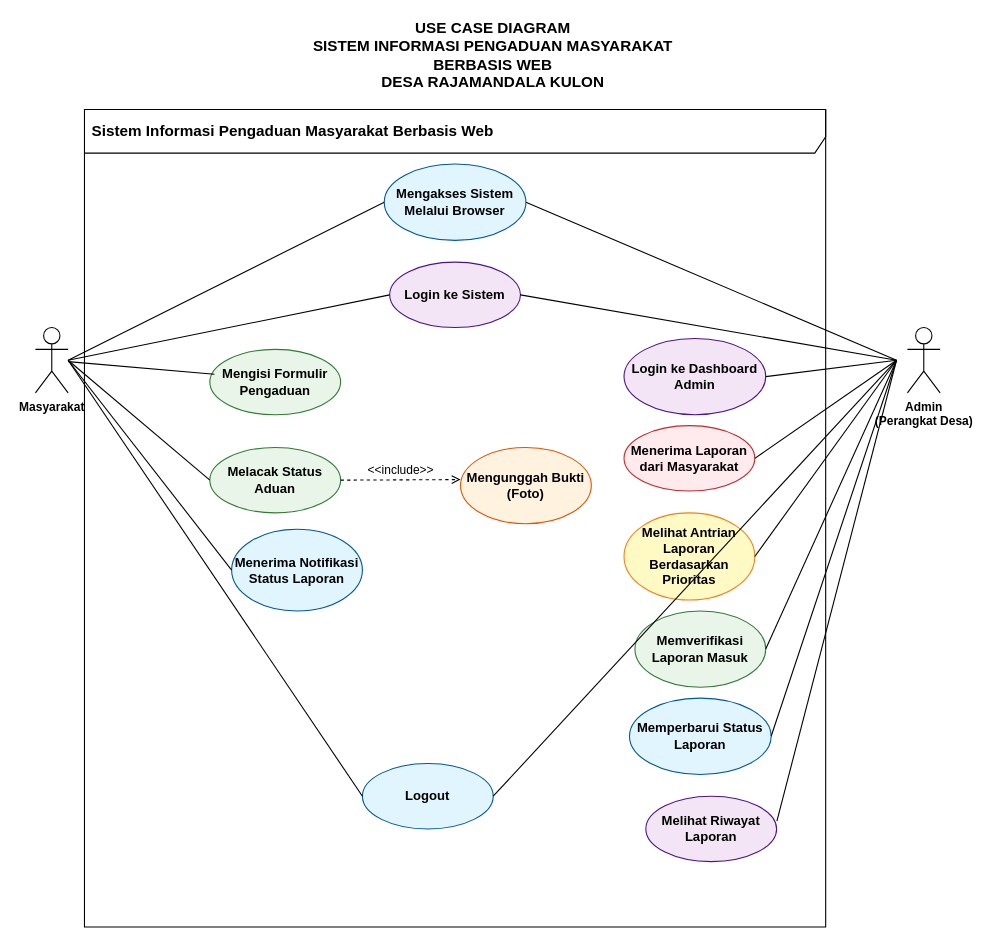
The draw.io diagram use-case.drawio in mzaedan/laporaja, before the edit. Source tidied: cells renumbered, new cells numbered last; positions are measured from the earlier drawing's top-left corner, leaving out a move shared by most shapes. Both pictures are drawn from the tidied source at 109%, with x=0, y=0 at pixel (35, 22).
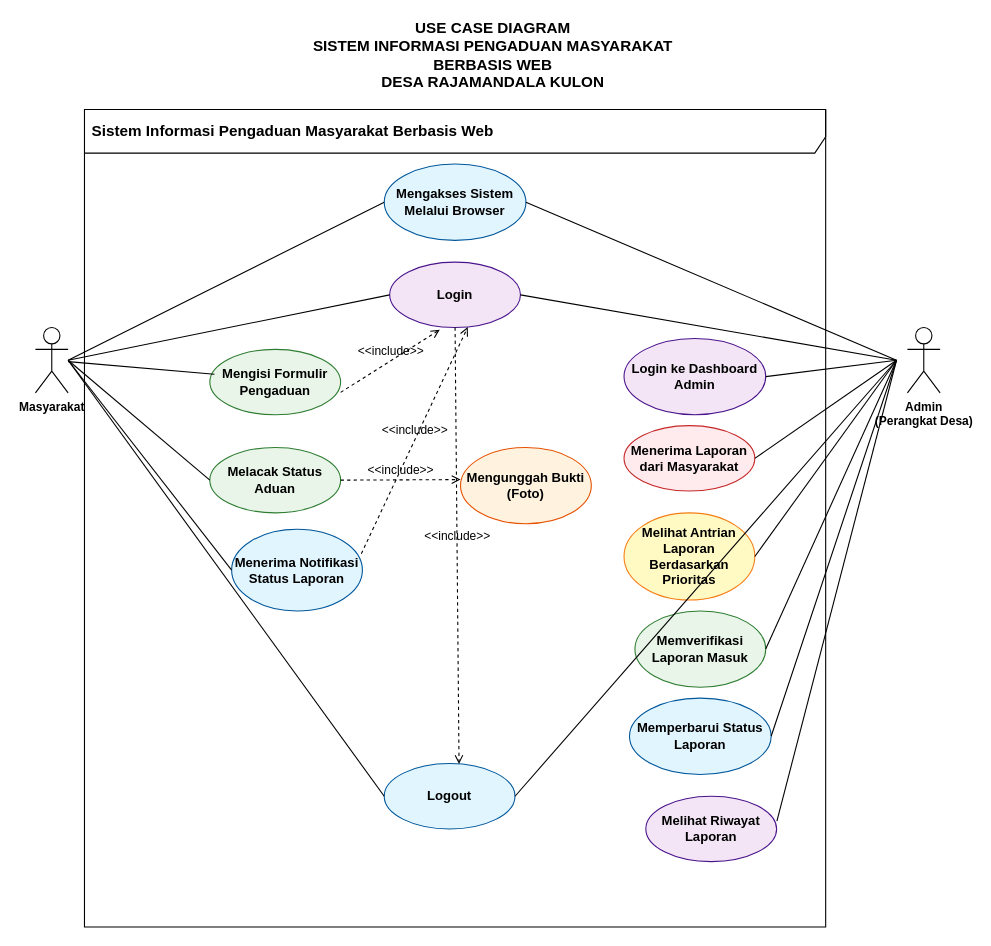
The same diagram, later.

The edit, as a diff of the source:
```diff
@@
-    <mxCell id="7" value="&lt;font style=&quot;font-size: 12px;&quot;&gt;&lt;b&gt;Login ke Sistem&lt;/b&gt;&lt;/font&gt;" style="ellipse;whiteSpace=wrap;html=1;fontSize=10;fillColor=#f3e5f5;strokeColor=#4a148c;" parent="1" vertex="1">
+    <mxCell id="7" value="&lt;font style=&quot;font-size: 12px;&quot;&gt;&lt;b&gt;Login&lt;/b&gt;&lt;/font&gt;" style="ellipse;whiteSpace=wrap;html=1;fontSize=10;fillColor=#f3e5f5;strokeColor=#4a148c;" parent="1" vertex="1">
       <mxGeometry x="325" y="220" width="120" height="60" as="geometry" />
     </mxCell>
@@
     <mxCell id="19" value="&lt;font style=&quot;font-size: 12px;&quot;&gt;&lt;b&gt;Logout&lt;/b&gt;&lt;/font&gt;" style="ellipse;whiteSpace=wrap;html=1;fontSize=10;fillColor=#e1f5fe;strokeColor=#01579b;" parent="1" vertex="1">
-      <mxGeometry x="300" y="680" width="120" height="60" as="geometry" />
+      <mxGeometry x="320" y="680" width="120" height="60" as="geometry" />
     </mxCell>
@@
+    <mxCell id="35" value="&amp;lt;&amp;lt;include&amp;gt;&amp;gt;" style="html=1;verticalAlign=bottom;labelBackgroundColor=none;endArrow=open;endFill=0;dashed=1;rounded=0;exitX=0.5;exitY=1;exitDx=0;exitDy=0;entryX=0.572;entryY=0.007;entryDx=0;entryDy=0;entryPerimeter=0;" parent="1" edge="1" source="7" target="19">
+      <mxGeometry relative="1" as="geometry" />
+    </mxCell>
+    <mxCell id="36" value="&amp;lt;&amp;lt;include&amp;gt;&amp;gt;" style="html=1;verticalAlign=bottom;labelBackgroundColor=none;endArrow=open;endFill=0;dashed=1;rounded=0;exitX=1;exitY=0.5;exitDx=0;exitDy=0;entryX=0.383;entryY=1.033;entryDx=0;entryDy=0;entryPerimeter=0;" parent="1" edge="1" target="7">
+      <mxGeometry relative="1" as="geometry">
+        <mxPoint x="280" y="339.5" as="sourcePoint" />
+      </mxGeometry>
+    </mxCell>
+    <mxCell id="37" value="&amp;lt;&amp;lt;include&amp;gt;&amp;gt;" style="html=1;verticalAlign=bottom;labelBackgroundColor=none;endArrow=open;endFill=0;dashed=1;rounded=0;exitX=1;exitY=0.5;exitDx=0;exitDy=0;entryX=0.597;entryY=0.993;entryDx=0;entryDy=0;entryPerimeter=0;" parent="1" edge="1" target="7">
+      <mxGeometry relative="1" as="geometry">
+        <mxPoint x="299" y="487.5" as="sourcePoint" />
+      </mxGeometry>
+    </mxCell>
```
